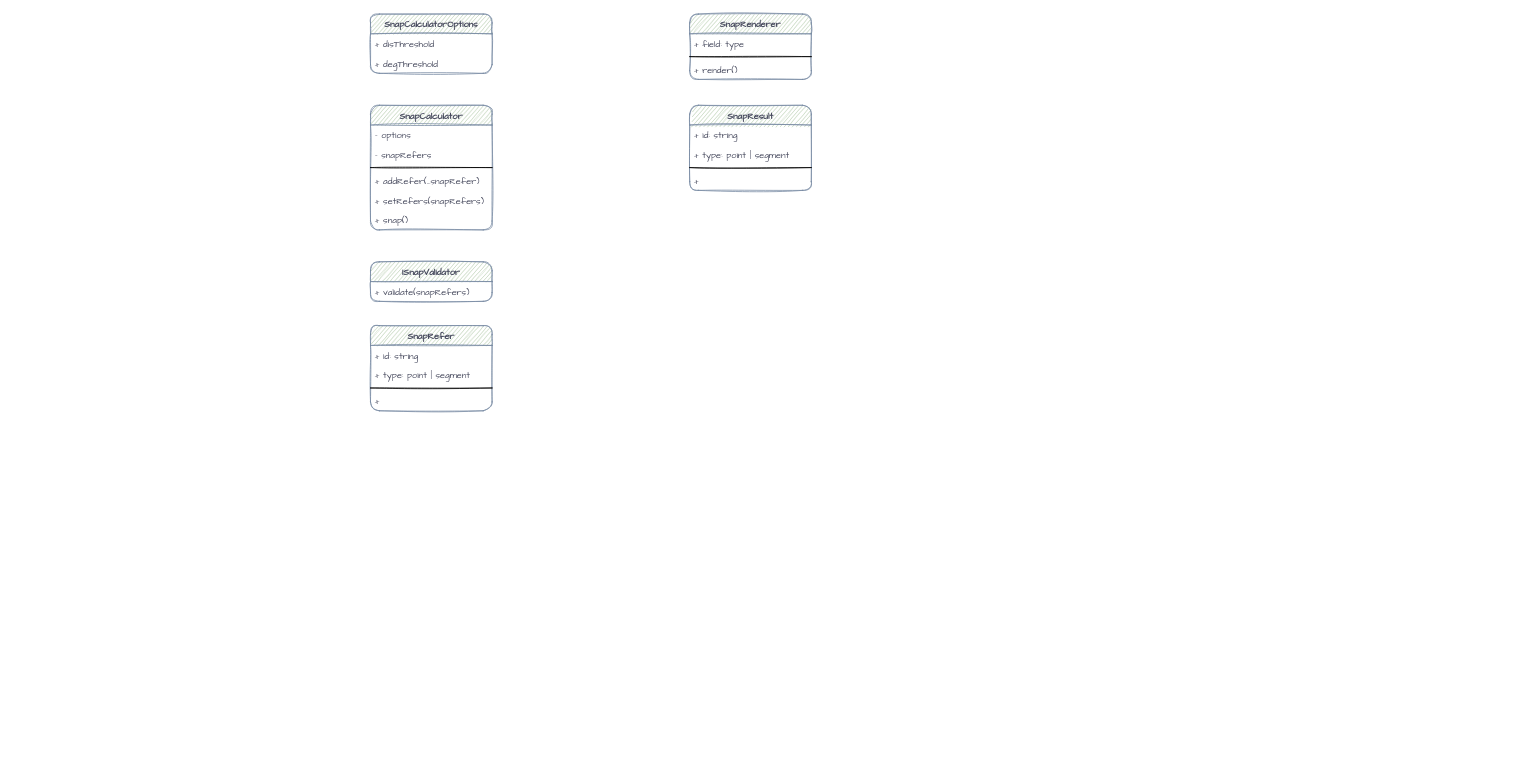
Above: snaper_design.drawio in liuxinqiong/drawio (draw.io), before the change. Source tidied: cells renumbered, new cells numbered last; positions are measured from the earlier drawing's top-left corner, leaving out a move shared by most shapes. Both pictures are drawn from the tidied source at 76%, with x=0, y=0 at pixel (370, 14).
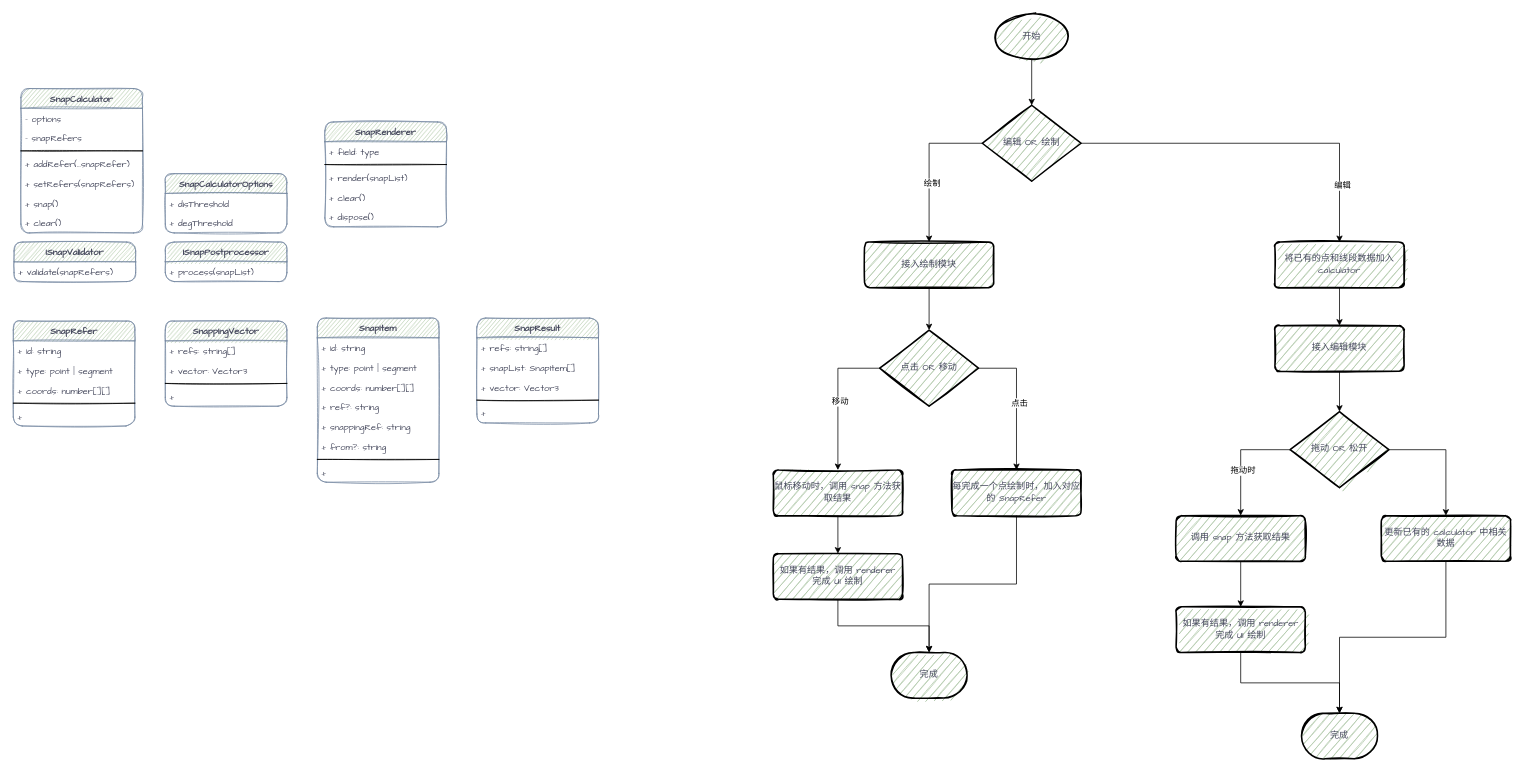
Above is the later version.

The edit, as a diff of the source:
```diff
@@
     <mxCell id="2" value="SnapCalculator" style="swimlane;fontStyle=1;align=center;verticalAlign=top;horizontal=1;startSize=26;rounded=1;sketch=1;fontFamily=Comic Sans MS;fontColor=#46495D;strokeColor=#788AA3;fillColor=#B2C9AB;" parent="1" vertex="1">
-      <mxGeometry y="120" width="160" height="164" as="geometry" />
+      <mxGeometry x="-460" y="98" width="160" height="190" as="geometry" />
     </mxCell>
@@
+    <mxCell id="28" value="+ clear()" style="text;strokeColor=none;fillColor=none;align=left;verticalAlign=top;spacingLeft=4;spacingRight=4;overflow=hidden;rounded=1;sketch=1;fontFamily=Comic Sans MS;fontColor=#46495D;" parent="2" vertex="1">
+      <mxGeometry y="164" width="160" height="26" as="geometry" />
+    </mxCell>
     <mxCell id="9" value="SnapRenderer" style="swimlane;fontStyle=1;align=center;verticalAlign=top;horizontal=1;startSize=26;rounded=1;sketch=1;fontFamily=Comic Sans MS;fontColor=#46495D;strokeColor=#788AA3;fillColor=#B2C9AB;" parent="1" vertex="1">
-      <mxGeometry x="420" width="160" height="86" as="geometry" />
+      <mxGeometry x="-60" y="142" width="160" height="138" as="geometry" />
     </mxCell>
@@
+    <mxCell id="29" value="+ render(snapList)" style="text;strokeColor=none;fillColor=none;align=left;verticalAlign=top;spacingLeft=4;spacingRight=4;overflow=hidden;rounded=1;sketch=1;fontFamily=Comic Sans MS;fontColor=#46495D;" parent="9" vertex="1">
+      <mxGeometry y="60" width="160" height="26" as="geometry" />
+    </mxCell>
-    <mxCell id="12" value="+ render()" style="text;strokeColor=none;fillColor=none;align=left;verticalAlign=top;spacingLeft=4;spacingRight=4;overflow=hidden;rounded=1;sketch=1;fontFamily=Comic Sans MS;fontColor=#46495D;" parent="9" vertex="1">
-      <mxGeometry y="60" width="160" height="26" as="geometry" />
+    <mxCell id="12" value="+ clear()" style="text;strokeColor=none;fillColor=none;align=left;verticalAlign=top;spacingLeft=4;spacingRight=4;overflow=hidden;rounded=1;sketch=1;fontFamily=Comic Sans MS;fontColor=#46495D;" parent="9" vertex="1">
+      <mxGeometry y="86" width="160" height="26" as="geometry" />
     </mxCell>
+    <mxCell id="30" value="+ dispose()" style="text;strokeColor=none;fillColor=none;align=left;verticalAlign=top;spacingLeft=4;spacingRight=4;overflow=hidden;rounded=1;sketch=1;fontFamily=Comic Sans MS;fontColor=#46495D;" parent="9" vertex="1">
+      <mxGeometry y="112" width="160" height="26" as="geometry" />
+    </mxCell>
     <mxCell id="13" value="SnapRefer" style="swimlane;fontStyle=1;align=center;verticalAlign=top;horizontal=1;startSize=26;rounded=1;sketch=1;fontFamily=Comic Sans MS;fontColor=#46495D;strokeColor=#788AA3;fillColor=#B2C9AB;" parent="1" vertex="1">
-      <mxGeometry y="410" width="160" height="112" as="geometry" />
+      <mxGeometry x="-470" y="404" width="160" height="138" as="geometry" />
     </mxCell>
@@
+    <mxCell id="31" value="+ coords: number[][]" style="text;strokeColor=none;fillColor=none;align=left;verticalAlign=top;spacingLeft=4;spacingRight=4;overflow=hidden;rounded=1;sketch=1;fontFamily=Comic Sans MS;fontColor=#46495D;" parent="13" vertex="1">
+      <mxGeometry y="78" width="160" height="26" as="geometry" />
+    </mxCell>
     <mxCell id="16" style="line;strokeWidth=1;fillColor=none;align=left;verticalAlign=middle;spacingTop=-1;spacingLeft=3;spacingRight=3;labelPosition=right;rounded=1;sketch=1;fontFamily=Comic Sans MS;fontColor=#46495D;" parent="13" vertex="1">
-      <mxGeometry y="78" width="160" height="8" as="geometry" />
+      <mxGeometry y="104" width="160" height="8" as="geometry" />
     </mxCell>
     <mxCell id="17" value="+ " style="text;strokeColor=none;fillColor=none;align=left;verticalAlign=top;spacingLeft=4;spacingRight=4;overflow=hidden;rounded=1;sketch=1;fontFamily=Comic Sans MS;fontColor=#46495D;" parent="13" vertex="1">
-      <mxGeometry y="86" width="160" height="26" as="geometry" />
+      <mxGeometry y="112" width="160" height="26" as="geometry" />
     </mxCell>
     <mxCell id="18" value="SnapResult" style="swimlane;fontStyle=1;align=center;verticalAlign=top;horizontal=1;startSize=26;rounded=1;sketch=1;fontFamily=Comic Sans MS;fontColor=#46495D;strokeColor=#788AA3;fillColor=#B2C9AB;" parent="1" vertex="1">
-      <mxGeometry x="420" y="120" width="160" height="112" as="geometry" />
+      <mxGeometry x="140" y="400" width="160" height="138" as="geometry" />
     </mxCell>
-    <mxCell id="19" value="+ id: string" style="text;strokeColor=none;fillColor=none;align=left;verticalAlign=top;spacingLeft=4;spacingRight=4;overflow=hidden;rounded=1;sketch=1;fontFamily=Comic Sans MS;fontColor=#46495D;" parent="18" vertex="1">
+    <mxCell id="19" value="+ refs: string[]" style="text;strokeColor=none;fillColor=none;align=left;verticalAlign=top;spacingLeft=4;spacingRight=4;overflow=hidden;rounded=1;sketch=1;fontFamily=Comic Sans MS;fontColor=#46495D;" parent="18" vertex="1">
       <mxGeometry y="26" width="160" height="26" as="geometry" />
     </mxCell>
-    <mxCell id="20" value="+ type: point | segment" style="text;strokeColor=none;fillColor=none;align=left;verticalAlign=top;spacingLeft=4;spacingRight=4;overflow=hidden;rounded=1;sketch=1;fontFamily=Comic Sans MS;fontColor=#46495D;" parent="18" vertex="1">
+    <mxCell id="20" value="+ snapList: SnapItem[]" style="text;strokeColor=none;fillColor=none;align=left;verticalAlign=top;spacingLeft=4;spacingRight=4;overflow=hidden;rounded=1;sketch=1;fontFamily=Comic Sans MS;fontColor=#46495D;" parent="18" vertex="1">
       <mxGeometry y="52" width="160" height="26" as="geometry" />
     </mxCell>
+    <mxCell id="32" value="+ vector: Vector3" style="text;strokeColor=none;fillColor=none;align=left;verticalAlign=top;spacingLeft=4;spacingRight=4;overflow=hidden;rounded=1;sketch=1;fontFamily=Comic Sans MS;fontColor=#46495D;" parent="18" vertex="1">
+      <mxGeometry y="78" width="160" height="26" as="geometry" />
+    </mxCell>
     <mxCell id="21" style="line;strokeWidth=1;fillColor=none;align=left;verticalAlign=middle;spacingTop=-1;spacingLeft=3;spacingRight=3;labelPosition=right;rounded=1;sketch=1;fontFamily=Comic Sans MS;fontColor=#46495D;" parent="18" vertex="1">
-      <mxGeometry y="78" width="160" height="8" as="geometry" />
+      <mxGeometry y="104" width="160" height="8" as="geometry" />
     </mxCell>
     <mxCell id="22" value="+ " style="text;strokeColor=none;fillColor=none;align=left;verticalAlign=top;spacingLeft=4;spacingRight=4;overflow=hidden;rounded=1;sketch=1;fontFamily=Comic Sans MS;fontColor=#46495D;" parent="18" vertex="1">
-      <mxGeometry y="86" width="160" height="26" as="geometry" />
+      <mxGeometry y="112" width="160" height="26" as="geometry" />
     </mxCell>
     <mxCell id="23" value="SnapCalculatorOptions" style="swimlane;fontStyle=1;align=center;verticalAlign=top;horizontal=1;startSize=26;rounded=1;sketch=1;fontFamily=Comic Sans MS;fontColor=#46495D;strokeColor=#788AA3;fillColor=#B2C9AB;" parent="1" vertex="1">
-      <mxGeometry width="160" height="78" as="geometry" />
+      <mxGeometry x="-270" y="210" width="160" height="78" as="geometry" />
     </mxCell>
@@
     <mxCell id="26" value="ISnapValidator" style="swimlane;fontStyle=1;align=center;verticalAlign=top;horizontal=1;startSize=26;rounded=1;sketch=1;fontFamily=Comic Sans MS;fontColor=#46495D;strokeColor=#788AA3;fillColor=#B2C9AB;" parent="1" vertex="1">
-      <mxGeometry y="326" width="160" height="52" as="geometry" />
+      <mxGeometry x="-469" y="300" width="160" height="52" as="geometry" />
     </mxCell>
@@
+    <mxCell id="33" style="edgeStyle=orthogonalEdgeStyle;rounded=0;jettySize=auto;html=1;exitX=0.5;exitY=1;exitDx=0;exitDy=0;exitPerimeter=0;entryX=0.5;entryY=0;entryDx=0;entryDy=0;entryPerimeter=0;" parent="1" edge="1" source="34" target="41">
+      <mxGeometry relative="1" as="geometry" />
+    </mxCell>
+    <mxCell id="34" value="开始" style="strokeWidth=2;html=1;shape=mxgraph.flowchart.start_1;whiteSpace=wrap;rounded=1;sketch=1;fontFamily=Comic Sans MS;fontColor=#46495D;fillColor=#B2C9AB;" parent="1" vertex="1">
+      <mxGeometry x="820" width="100" height="60" as="geometry" />
+    </mxCell>
+    <mxCell id="35" style="edgeStyle=orthogonalEdgeStyle;rounded=0;jettySize=auto;html=1;exitX=0.5;exitY=1;exitDx=0;exitDy=0;" parent="1" edge="1" source="36" target="57">
+      <mxGeometry relative="1" as="geometry" />
+    </mxCell>
+    <mxCell id="36" value="接入绘制模块" style="rounded=1;whiteSpace=wrap;html=1;absoluteArcSize=1;arcSize=14;strokeWidth=2;sketch=1;fontFamily=Comic Sans MS;fontColor=#46495D;fillColor=#B2C9AB;" parent="1" vertex="1">
+      <mxGeometry x="650" y="300" width="170" height="60" as="geometry" />
+    </mxCell>
+    <mxCell id="37" style="edgeStyle=orthogonalEdgeStyle;rounded=0;jettySize=auto;html=1;exitX=0;exitY=0.5;exitDx=0;exitDy=0;exitPerimeter=0;" parent="1" edge="1" source="41" target="36">
+      <mxGeometry relative="1" as="geometry" />
+    </mxCell>
+    <mxCell id="38" value="绘制" style="edgeLabel;html=1;align=center;verticalAlign=middle;" parent="37" vertex="1">
+      <mxGeometry x="0.22" y="3" relative="1" as="geometry" />
+    </mxCell>
+    <mxCell id="39" style="edgeStyle=orthogonalEdgeStyle;rounded=0;jettySize=auto;html=1;exitX=1;exitY=0.5;exitDx=0;exitDy=0;exitPerimeter=0;entryX=0.5;entryY=0;entryDx=0;entryDy=0;" parent="1" edge="1" source="41" target="50">
+      <mxGeometry relative="1" as="geometry" />
+    </mxCell>
+    <mxCell id="40" value="编辑" style="edgeLabel;html=1;align=center;verticalAlign=middle;" parent="39" vertex="1">
+      <mxGeometry x="0.68" y="3" relative="1" as="geometry" />
+    </mxCell>
+    <mxCell id="41" value="编辑 OR 绘制" style="strokeWidth=2;html=1;shape=mxgraph.flowchart.decision;whiteSpace=wrap;rounded=1;sketch=1;fontFamily=Comic Sans MS;fontColor=#46495D;fillColor=#B2C9AB;" parent="1" vertex="1">
+      <mxGeometry x="805" y="120" width="130" height="100" as="geometry" />
+    </mxCell>
+    <mxCell id="42" style="edgeStyle=orthogonalEdgeStyle;rounded=0;jettySize=auto;html=1;exitX=0.5;exitY=1;exitDx=0;exitDy=0;" parent="1" edge="1" source="43" target="48">
+      <mxGeometry relative="1" as="geometry" />
+    </mxCell>
+    <mxCell id="43" value="每完成一个点绘制时，加入对应的 SnapRefer" style="rounded=1;whiteSpace=wrap;html=1;absoluteArcSize=1;arcSize=14;strokeWidth=2;sketch=1;fontFamily=Comic Sans MS;fontColor=#46495D;fillColor=#B2C9AB;" parent="1" vertex="1">
+      <mxGeometry x="765" y="600" width="170" height="60" as="geometry" />
+    </mxCell>
+    <mxCell id="44" style="edgeStyle=orthogonalEdgeStyle;rounded=0;jettySize=auto;html=1;exitX=0.5;exitY=1;exitDx=0;exitDy=0;entryX=0.5;entryY=0;entryDx=0;entryDy=0;" parent="1" edge="1" source="45" target="47">
+      <mxGeometry relative="1" as="geometry" />
+    </mxCell>
+    <mxCell id="45" value="鼠标移动时，调用 snap 方法获取结果" style="rounded=1;whiteSpace=wrap;html=1;absoluteArcSize=1;arcSize=14;strokeWidth=2;sketch=1;fontFamily=Comic Sans MS;fontColor=#46495D;fillColor=#B2C9AB;" parent="1" vertex="1">
+      <mxGeometry x="530" y="600" width="170" height="60" as="geometry" />
+    </mxCell>
+    <mxCell id="46" style="edgeStyle=orthogonalEdgeStyle;rounded=0;jettySize=auto;html=1;exitX=0.5;exitY=1;exitDx=0;exitDy=0;entryX=0.5;entryY=0;entryDx=0;entryDy=0;entryPerimeter=0;" parent="1" edge="1" source="47" target="48">
+      <mxGeometry relative="1" as="geometry" />
+    </mxCell>
+    <mxCell id="47" value="如果有结果，调用 renderer 完成 UI 绘制" style="rounded=1;whiteSpace=wrap;html=1;absoluteArcSize=1;arcSize=14;strokeWidth=2;sketch=1;fontFamily=Comic Sans MS;fontColor=#46495D;fillColor=#B2C9AB;" parent="1" vertex="1">
+      <mxGeometry x="530" y="710" width="170" height="60" as="geometry" />
+    </mxCell>
+    <mxCell id="48" value="完成" style="strokeWidth=2;html=1;shape=mxgraph.flowchart.terminator;whiteSpace=wrap;rounded=1;sketch=1;fontFamily=Comic Sans MS;fontColor=#46495D;fillColor=#B2C9AB;" parent="1" vertex="1">
+      <mxGeometry x="685" y="840" width="100" height="60" as="geometry" />
+    </mxCell>
+    <mxCell id="49" style="edgeStyle=orthogonalEdgeStyle;rounded=0;jettySize=auto;html=1;exitX=0.5;exitY=1;exitDx=0;exitDy=0;entryX=0.5;entryY=0;entryDx=0;entryDy=0;" parent="1" edge="1" source="50" target="52">
+      <mxGeometry relative="1" as="geometry" />
+    </mxCell>
+    <mxCell id="50" value="将已有的点和线段数据加入 calculator" style="rounded=1;whiteSpace=wrap;html=1;absoluteArcSize=1;arcSize=14;strokeWidth=2;sketch=1;fontFamily=Comic Sans MS;fontColor=#46495D;fillColor=#B2C9AB;" parent="1" vertex="1">
+      <mxGeometry x="1190" y="300" width="170" height="60" as="geometry" />
+    </mxCell>
+    <mxCell id="51" style="edgeStyle=orthogonalEdgeStyle;rounded=0;jettySize=auto;html=1;exitX=0.5;exitY=1;exitDx=0;exitDy=0;entryX=0.5;entryY=0;entryDx=0;entryDy=0;entryPerimeter=0;" parent="1" edge="1" source="52" target="61">
+      <mxGeometry relative="1" as="geometry" />
+    </mxCell>
+    <mxCell id="52" value="接入编辑模块" style="rounded=1;whiteSpace=wrap;html=1;absoluteArcSize=1;arcSize=14;strokeWidth=2;sketch=1;fontFamily=Comic Sans MS;fontColor=#46495D;fillColor=#B2C9AB;" parent="1" vertex="1">
+      <mxGeometry x="1190" y="410" width="170" height="60" as="geometry" />
+    </mxCell>
+    <mxCell id="53" style="edgeStyle=orthogonalEdgeStyle;rounded=0;jettySize=auto;html=1;exitX=1;exitY=0.5;exitDx=0;exitDy=0;exitPerimeter=0;entryX=0.5;entryY=0;entryDx=0;entryDy=0;" parent="1" edge="1" source="57" target="43">
+      <mxGeometry relative="1" as="geometry" />
+    </mxCell>
+    <mxCell id="54" value="点击" style="edgeLabel;html=1;align=center;verticalAlign=middle;" parent="53" vertex="1">
+      <mxGeometry x="0.03" y="3" relative="1" as="geometry" />
+    </mxCell>
+    <mxCell id="55" style="edgeStyle=orthogonalEdgeStyle;rounded=0;jettySize=auto;html=1;exitX=0;exitY=0.5;exitDx=0;exitDy=0;exitPerimeter=0;entryX=0.5;entryY=0;entryDx=0;entryDy=0;" parent="1" edge="1" source="57" target="45">
+      <mxGeometry relative="1" as="geometry" />
+    </mxCell>
+    <mxCell id="56" value="移动" style="edgeLabel;html=1;align=center;verticalAlign=middle;" parent="55" vertex="1">
+      <mxGeometry x="0.04" y="2" relative="1" as="geometry" />
+    </mxCell>
+    <mxCell id="57" value="点击 OR 移动" style="strokeWidth=2;html=1;shape=mxgraph.flowchart.decision;whiteSpace=wrap;rounded=1;sketch=1;fontFamily=Comic Sans MS;fontColor=#46495D;fillColor=#B2C9AB;" parent="1" vertex="1">
+      <mxGeometry x="670" y="416" width="130" height="100" as="geometry" />
+    </mxCell>
+    <mxCell id="58" style="edgeStyle=orthogonalEdgeStyle;rounded=0;jettySize=auto;html=1;exitX=0;exitY=0.5;exitDx=0;exitDy=0;exitPerimeter=0;entryX=0.5;entryY=0;entryDx=0;entryDy=0;" parent="1" edge="1" source="61" target="63">
+      <mxGeometry relative="1" as="geometry" />
+    </mxCell>
+    <mxCell id="59" value="拖动时" style="edgeLabel;html=1;align=center;verticalAlign=middle;" parent="58" vertex="1">
+      <mxGeometry x="0.22" y="2" relative="1" as="geometry">
+        <mxPoint y="-1" as="offset" />
+      </mxGeometry>
+    </mxCell>
+    <mxCell id="60" style="edgeStyle=orthogonalEdgeStyle;rounded=0;jettySize=auto;html=1;exitX=1;exitY=0.5;exitDx=0;exitDy=0;exitPerimeter=0;entryX=0.5;entryY=0;entryDx=0;entryDy=0;" parent="1" edge="1" source="61" target="65">
+      <mxGeometry relative="1" as="geometry" />
+    </mxCell>
+    <mxCell id="61" value="拖动 OR 松开" style="strokeWidth=2;html=1;shape=mxgraph.flowchart.decision;whiteSpace=wrap;rounded=1;sketch=1;fontFamily=Comic Sans MS;fontColor=#46495D;fillColor=#B2C9AB;" parent="1" vertex="1">
+      <mxGeometry x="1210" y="523.2" width="130" height="100" as="geometry" />
+    </mxCell>
+    <mxCell id="62" style="edgeStyle=orthogonalEdgeStyle;rounded=0;jettySize=auto;html=1;exitX=0.5;exitY=1;exitDx=0;exitDy=0;entryX=0.5;entryY=0;entryDx=0;entryDy=0;" parent="1" edge="1" source="63" target="67">
+      <mxGeometry relative="1" as="geometry" />
+    </mxCell>
+    <mxCell id="63" value="调用 snap 方法获取结果" style="rounded=1;whiteSpace=wrap;html=1;absoluteArcSize=1;arcSize=14;strokeWidth=2;sketch=1;fontFamily=Comic Sans MS;fontColor=#46495D;fillColor=#B2C9AB;" parent="1" vertex="1">
+      <mxGeometry x="1060" y="660" width="170" height="60" as="geometry" />
+    </mxCell>
+    <mxCell id="64" style="edgeStyle=orthogonalEdgeStyle;rounded=0;jettySize=auto;html=1;exitX=0.5;exitY=1;exitDx=0;exitDy=0;entryX=0.5;entryY=0;entryDx=0;entryDy=0;entryPerimeter=0;" parent="1" edge="1" source="65" target="68">
+      <mxGeometry relative="1" as="geometry" />
+    </mxCell>
+    <mxCell id="65" value="更新已有的 calculator 中相关数据" style="rounded=1;whiteSpace=wrap;html=1;absoluteArcSize=1;arcSize=14;strokeWidth=2;sketch=1;fontFamily=Comic Sans MS;fontColor=#46495D;fillColor=#B2C9AB;" parent="1" vertex="1">
+      <mxGeometry x="1330" y="660" width="170" height="60" as="geometry" />
+    </mxCell>
+    <mxCell id="66" style="edgeStyle=orthogonalEdgeStyle;rounded=0;jettySize=auto;html=1;exitX=0.5;exitY=1;exitDx=0;exitDy=0;entryX=0.5;entryY=0;entryDx=0;entryDy=0;entryPerimeter=0;" parent="1" edge="1" source="67" target="68">
+      <mxGeometry relative="1" as="geometry" />
+    </mxCell>
+    <mxCell id="67" value="如果有结果，调用 renderer 完成 UI 绘制" style="rounded=1;whiteSpace=wrap;html=1;absoluteArcSize=1;arcSize=14;strokeWidth=2;sketch=1;fontFamily=Comic Sans MS;fontColor=#46495D;fillColor=#B2C9AB;" parent="1" vertex="1">
+      <mxGeometry x="1060" y="780" width="170" height="60" as="geometry" />
+    </mxCell>
+    <mxCell id="68" value="完成" style="strokeWidth=2;html=1;shape=mxgraph.flowchart.terminator;whiteSpace=wrap;rounded=1;sketch=1;fontFamily=Comic Sans MS;fontColor=#46495D;fillColor=#B2C9AB;" parent="1" vertex="1">
+      <mxGeometry x="1225" y="920" width="100" height="60" as="geometry" />
+    </mxCell>
+    <mxCell id="69" value="SnapItem" style="swimlane;fontStyle=1;align=center;verticalAlign=top;horizontal=1;startSize=26;rounded=1;sketch=1;fontFamily=Comic Sans MS;fontColor=#46495D;strokeColor=#788AA3;fillColor=#B2C9AB;" parent="1" vertex="1">
+      <mxGeometry x="-70" y="400" width="160" height="216" as="geometry" />
+    </mxCell>
+    <mxCell id="70" value="+ id: string" style="text;strokeColor=none;fillColor=none;align=left;verticalAlign=top;spacingLeft=4;spacingRight=4;overflow=hidden;rounded=1;sketch=1;fontFamily=Comic Sans MS;fontColor=#46495D;" parent="69" vertex="1">
+      <mxGeometry y="26" width="160" height="26" as="geometry" />
+    </mxCell>
+    <mxCell id="71" value="+ type: point | segment" style="text;strokeColor=none;fillColor=none;align=left;verticalAlign=top;spacingLeft=4;spacingRight=4;overflow=hidden;rounded=1;sketch=1;fontFamily=Comic Sans MS;fontColor=#46495D;" parent="69" vertex="1">
+      <mxGeometry y="52" width="160" height="26" as="geometry" />
+    </mxCell>
+    <mxCell id="72" value="+ coords: number[][]" style="text;strokeColor=none;fillColor=none;align=left;verticalAlign=top;spacingLeft=4;spacingRight=4;overflow=hidden;rounded=1;sketch=1;fontFamily=Comic Sans MS;fontColor=#46495D;" parent="69" vertex="1">
+      <mxGeometry y="78" width="160" height="26" as="geometry" />
+    </mxCell>
+    <mxCell id="73" value="+ ref?: string" style="text;strokeColor=none;fillColor=none;align=left;verticalAlign=top;spacingLeft=4;spacingRight=4;overflow=hidden;rounded=1;sketch=1;fontFamily=Comic Sans MS;fontColor=#46495D;" parent="69" vertex="1">
+      <mxGeometry y="104" width="160" height="26" as="geometry" />
+    </mxCell>
+    <mxCell id="74" value="+ snappingRef: string" style="text;strokeColor=none;fillColor=none;align=left;verticalAlign=top;spacingLeft=4;spacingRight=4;overflow=hidden;rounded=1;sketch=1;fontFamily=Comic Sans MS;fontColor=#46495D;" parent="69" vertex="1">
+      <mxGeometry y="130" width="160" height="26" as="geometry" />
+    </mxCell>
+    <mxCell id="75" value="+ from?: string" style="text;strokeColor=none;fillColor=none;align=left;verticalAlign=top;spacingLeft=4;spacingRight=4;overflow=hidden;rounded=1;sketch=1;fontFamily=Comic Sans MS;fontColor=#46495D;" parent="69" vertex="1">
+      <mxGeometry y="156" width="160" height="26" as="geometry" />
+    </mxCell>
+    <mxCell id="76" style="line;strokeWidth=1;fillColor=none;align=left;verticalAlign=middle;spacingTop=-1;spacingLeft=3;spacingRight=3;labelPosition=right;rounded=1;sketch=1;fontFamily=Comic Sans MS;fontColor=#46495D;" parent="69" vertex="1">
+      <mxGeometry y="182" width="160" height="8" as="geometry" />
+    </mxCell>
+    <mxCell id="77" value="+ " style="text;strokeColor=none;fillColor=none;align=left;verticalAlign=top;spacingLeft=4;spacingRight=4;overflow=hidden;rounded=1;sketch=1;fontFamily=Comic Sans MS;fontColor=#46495D;" parent="69" vertex="1">
+      <mxGeometry y="190" width="160" height="26" as="geometry" />
+    </mxCell>
+    <mxCell id="78" value="SnappingVector" style="swimlane;fontStyle=1;align=center;verticalAlign=top;horizontal=1;startSize=26;rounded=1;sketch=1;fontFamily=Comic Sans MS;fontColor=#46495D;strokeColor=#788AA3;fillColor=#B2C9AB;" parent="1" vertex="1">
+      <mxGeometry x="-270" y="404" width="160" height="112" as="geometry" />
+    </mxCell>
+    <mxCell id="79" value="+ refs: string[]" style="text;strokeColor=none;fillColor=none;align=left;verticalAlign=top;spacingLeft=4;spacingRight=4;overflow=hidden;rounded=1;sketch=1;fontFamily=Comic Sans MS;fontColor=#46495D;" parent="78" vertex="1">
+      <mxGeometry y="26" width="160" height="26" as="geometry" />
+    </mxCell>
+    <mxCell id="80" value="+ vector: Vector3" style="text;strokeColor=none;fillColor=none;align=left;verticalAlign=top;spacingLeft=4;spacingRight=4;overflow=hidden;rounded=1;sketch=1;fontFamily=Comic Sans MS;fontColor=#46495D;" parent="78" vertex="1">
+      <mxGeometry y="52" width="160" height="26" as="geometry" />
+    </mxCell>
+    <mxCell id="81" style="line;strokeWidth=1;fillColor=none;align=left;verticalAlign=middle;spacingTop=-1;spacingLeft=3;spacingRight=3;labelPosition=right;rounded=1;sketch=1;fontFamily=Comic Sans MS;fontColor=#46495D;" parent="78" vertex="1">
+      <mxGeometry y="78" width="160" height="8" as="geometry" />
+    </mxCell>
+    <mxCell id="82" value="+ " style="text;strokeColor=none;fillColor=none;align=left;verticalAlign=top;spacingLeft=4;spacingRight=4;overflow=hidden;rounded=1;sketch=1;fontFamily=Comic Sans MS;fontColor=#46495D;" parent="78" vertex="1">
+      <mxGeometry y="86" width="160" height="26" as="geometry" />
+    </mxCell>
+    <mxCell id="83" value="ISnapPostprocessor" style="swimlane;fontStyle=1;align=center;verticalAlign=top;horizontal=1;startSize=26;rounded=1;sketch=1;fontFamily=Comic Sans MS;fontColor=#46495D;strokeColor=#788AA3;fillColor=#B2C9AB;" parent="1" vertex="1">
+      <mxGeometry x="-270" y="300" width="160" height="52" as="geometry" />
+    </mxCell>
+    <mxCell id="84" value="+ process(snapList)" style="text;strokeColor=none;fillColor=none;align=left;verticalAlign=top;spacingLeft=4;spacingRight=4;overflow=hidden;rounded=1;sketch=1;fontFamily=Comic Sans MS;fontColor=#46495D;" parent="83" vertex="1">
+      <mxGeometry y="26" width="160" height="26" as="geometry" />
+    </mxCell>
```
